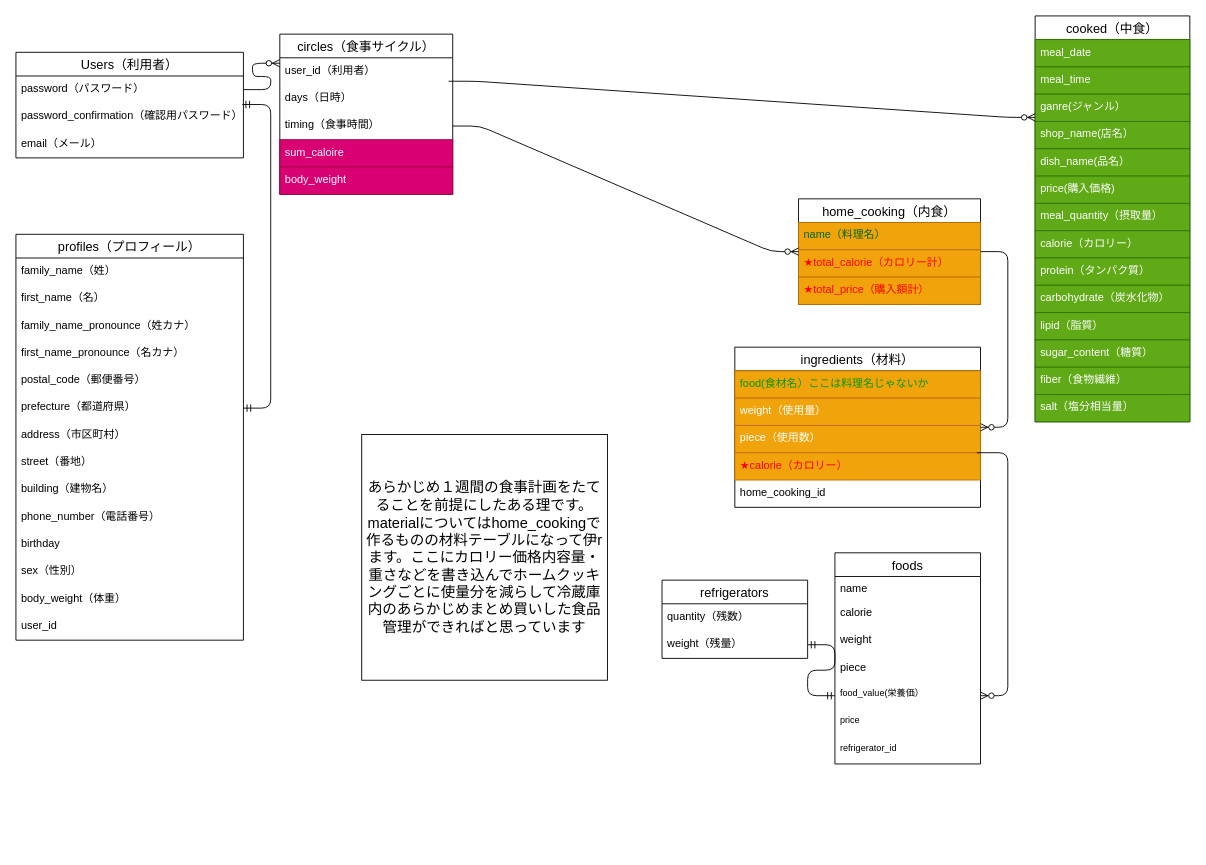
Earlier version of the draw.io diagram sample.dio (takuo-maeda/calculate_calorie_app). Source tidied: cells renumbered, new cells numbered last; positions are measured from the earlier drawing's top-left corner, leaving out a move shared by most shapes. Both pictures are drawn from the tidied source at 91%, with x=0, y=0 at pixel (15, 15).
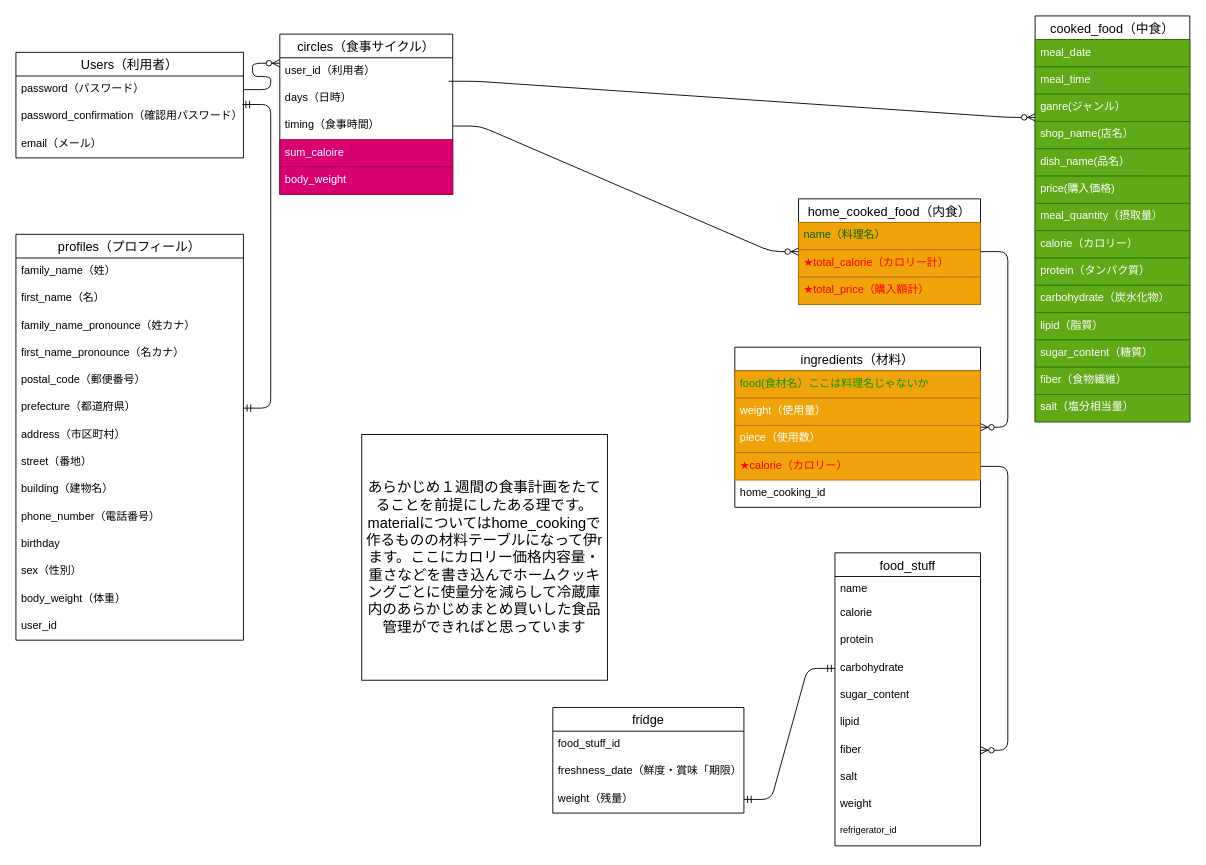
Above is the later version.

The change refers to these unchanged cells:
```xml
<mxCell id="52" value="★calorie（カロリー）" style="text;strokeColor=#BD7000;fillColor=#f0a30a;spacingLeft=4;spacingRight=4;overflow=hidden;points=[[0,0.5],[1,0.5]];portConstraint=eastwest;fontSize=12;fontColor=#FF0000;" parent="48" vertex="1">
  <mxGeometry y="116" width="270" height="30" as="geometry" />
</mxCell>
```

What changed in the source:
```diff
@@
-    <mxCell id="12" value="cooked（中食）" style="swimlane;fontStyle=0;horizontal=1;startSize=26;align=center;fontSize=14;" parent="1" vertex="1">
+    <mxCell id="12" value="cooked_food（中食）" style="swimlane;fontStyle=0;horizontal=1;startSize=26;align=center;fontSize=14;" parent="1" vertex="1">
       <mxGeometry x="1120" width="170" height="446" as="geometry" />
     </mxCell>
@@
-    <mxCell id="27" value="home_cooking（内食）" style="swimlane;fontStyle=0;horizontal=1;startSize=26;align=center;fontSize=14;" parent="1" vertex="1">
+    <mxCell id="27" value="home_cooked_food（内食）" style="swimlane;fontStyle=0;horizontal=1;startSize=26;align=center;fontSize=14;" parent="1" vertex="1">
       <mxGeometry x="860" y="201" width="200" height="116" as="geometry" />
     </mxCell>
@@
-    <mxCell id="57" value="foods" style="swimlane;fontStyle=0;horizontal=1;startSize=26;align=center;fontSize=14;" parent="1" vertex="1">
-      <mxGeometry x="900" y="590" width="160" height="232" as="geometry" />
+    <mxCell id="57" value="food_stuff" style="swimlane;fontStyle=0;horizontal=1;startSize=26;align=center;fontSize=14;" parent="1" vertex="1">
+      <mxGeometry x="900" y="590" width="160" height="322" as="geometry" />
     </mxCell>
@@
+    <mxCell id="71" value="protein" style="text;strokeColor=none;fillColor=none;spacingLeft=4;spacingRight=4;overflow=hidden;fontSize=12;" parent="57" vertex="1">
+      <mxGeometry y="82" width="160" height="30" as="geometry" />
+    </mxCell>
+    <mxCell id="72" value="carbohydrate" style="text;strokeColor=none;fillColor=none;spacingLeft=4;spacingRight=4;overflow=hidden;fontSize=12;" parent="57" vertex="1">
+      <mxGeometry y="112" width="160" height="30" as="geometry" />
+    </mxCell>
+    <mxCell id="73" value="sugar_content" style="text;strokeColor=none;fillColor=none;spacingLeft=4;spacingRight=4;overflow=hidden;fontSize=12;" parent="57" vertex="1">
+      <mxGeometry y="142" width="160" height="30" as="geometry" />
+    </mxCell>
+    <mxCell id="74" value="lipid" style="text;strokeColor=none;fillColor=none;spacingLeft=4;spacingRight=4;overflow=hidden;fontSize=12;" parent="57" vertex="1">
+      <mxGeometry y="172" width="160" height="30" as="geometry" />
+    </mxCell>
+    <mxCell id="75" value="fiber" style="text;strokeColor=none;fillColor=none;spacingLeft=4;spacingRight=4;overflow=hidden;points=[[0,0.5],[1,0.5]];portConstraint=eastwest;fontSize=12;" parent="57" vertex="1">
+      <mxGeometry y="202" width="160" height="30" as="geometry" />
+    </mxCell>
+    <mxCell id="76" value="salt" style="text;strokeColor=none;fillColor=none;spacingLeft=4;spacingRight=4;overflow=hidden;fontSize=12;" parent="57" vertex="1">
+      <mxGeometry y="232" width="160" height="30" as="geometry" />
+    </mxCell>
     <mxCell id="60" value="weight" style="text;strokeColor=none;fillColor=none;spacingLeft=4;spacingRight=4;overflow=hidden;fontSize=12;" parent="57" vertex="1">
-      <mxGeometry y="82" width="160" height="30" as="geometry" />
+      <mxGeometry y="262" width="160" height="30" as="geometry" />
     </mxCell>
-    <mxCell id="61" value="piece" style="text;strokeColor=none;fillColor=none;spacingLeft=4;spacingRight=4;overflow=hidden;fontSize=12;" parent="57" vertex="1">
-      <mxGeometry y="112" width="160" height="30" as="geometry" />
-    </mxCell>
-    <mxCell id="62" value="food_value(栄養価）" style="text;strokeColor=none;fillColor=none;spacingLeft=4;spacingRight=4;overflow=hidden;points=[[0,0.5],[1,0.5]];portConstraint=eastwest;fontSize=10;" parent="57" vertex="1">
-      <mxGeometry y="142" width="160" height="30" as="geometry" />
-    </mxCell>
-    <mxCell id="63" value="price" style="text;strokeColor=none;fillColor=none;spacingLeft=4;spacingRight=4;overflow=hidden;fontSize=10;" parent="57" vertex="1">
-      <mxGeometry y="172" width="160" height="30" as="geometry" />
-    </mxCell>
     <mxCell id="64" value="refrigerator_id" style="text;strokeColor=none;fillColor=none;spacingLeft=4;spacingRight=4;overflow=hidden;fontSize=10;" parent="57" vertex="1">
-      <mxGeometry y="202" width="160" height="30" as="geometry" />
+      <mxGeometry y="292" width="160" height="30" as="geometry" />
     </mxCell>
-    <mxCell id="65" style="edgeStyle=entityRelationEdgeStyle;fontSize=12;html=1;endArrow=ERzeroToMany;endFill=1;" parent="57" edge="1" target="62">
-      <mxGeometry relative="1" as="geometry">
-        <mxPoint x="156" y="-110" as="sourcePoint" />
-      </mxGeometry>
-    </mxCell>
-    <mxCell id="66" value="refrigerators" style="swimlane;fontStyle=0;horizontal=1;startSize=26;align=center;fontSize=14;" parent="1" vertex="1">
-      <mxGeometry x="710" y="620" width="160" height="86" as="geometry" />
+    <mxCell id="66" value="fridge" style="swimlane;fontStyle=0;horizontal=1;startSize=26;align=center;fontSize=14;" parent="1" vertex="1">
+      <mxGeometry x="590" y="760" width="210" height="116" as="geometry" />
     </mxCell>
-    <mxCell id="67" value="quantity（残数）" style="text;strokeColor=none;fillColor=none;spacingLeft=4;spacingRight=4;overflow=hidden;fontSize=12;" parent="66" vertex="1">
-      <mxGeometry y="26" width="160" height="30" as="geometry" />
-    </mxCell>
+    <mxCell id="77" value="food_stuff_id" style="text;strokeColor=none;fillColor=none;spacingLeft=4;spacingRight=4;overflow=hidden;fontSize=12;" parent="66" vertex="1">
+      <mxGeometry y="26" width="210" height="30" as="geometry" />
+    </mxCell>
+    <mxCell id="78" value="freshness_date（鮮度・賞味「期限）" style="text;strokeColor=none;fillColor=none;spacingLeft=4;spacingRight=4;overflow=hidden;fontSize=12;" parent="66" vertex="1">
+      <mxGeometry y="56" width="210" height="30" as="geometry" />
+    </mxCell>
     <mxCell id="68" value="weight（残量）" style="text;strokeColor=none;fillColor=none;spacingLeft=4;spacingRight=4;overflow=hidden;points=[[0,0.5],[1,0.5]];portConstraint=eastwest;fontSize=12;" parent="66" vertex="1">
-      <mxGeometry y="56" width="160" height="30" as="geometry" />
+      <mxGeometry y="86" width="210" height="30" as="geometry" />
     </mxCell>
-    <mxCell id="69" style="edgeStyle=entityRelationEdgeStyle;fontSize=12;html=1;endArrow=ERmandOne;startArrow=ERmandOne;entryX=0;entryY=0.5;entryDx=0;entryDy=0;" parent="1" edge="1" source="68" target="62">
-      <mxGeometry relative="1" as="geometry" />
+    <mxCell id="69" style="edgeStyle=entityRelationEdgeStyle;fontSize=12;html=1;endArrow=ERmandOne;startArrow=ERmandOne;entryX=0;entryY=0.5;entryDx=0;entryDy=0;" parent="1" edge="1" source="68">
+      <mxGeometry relative="1" as="geometry">
+        <mxPoint x="900" y="717" as="targetPoint" />
+      </mxGeometry>
     </mxCell>
@@
+    <mxCell id="65" style="edgeStyle=entityRelationEdgeStyle;fontSize=12;html=1;endArrow=ERzeroToMany;endFill=1;exitX=1;exitY=0.5;exitDx=0;exitDy=0;entryX=1;entryY=0.5;entryDx=0;entryDy=0;" parent="1" edge="1" source="52" target="75">
+      <mxGeometry relative="1" as="geometry" />
+    </mxCell>
```
